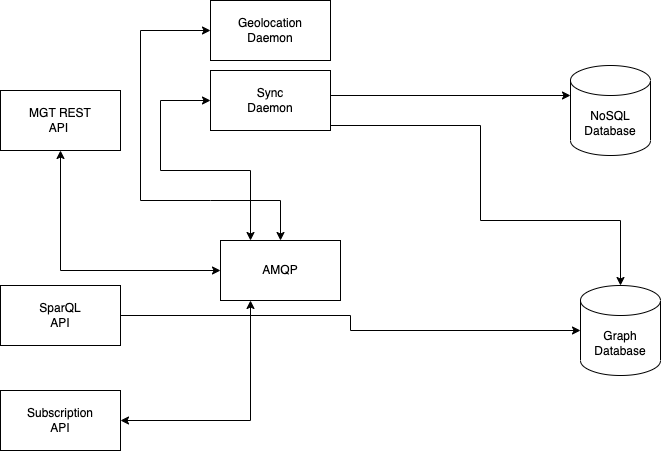
Above: diagrams/now-project-microservices-split.png in IonitaCatalin/now-web-project (draw.io), before the change. Source tidied: cells renumbered, new cells last; positions are measured from the earlier drawing's top-left corner, leaving out a move shared by most shapes. Its diagram source:
```xml
<mxGraphModel>
  <root>
    <mxCell id="0" />
    <mxCell id="1" parent="0" />
    <mxCell id="2" style="edgeStyle=orthogonalEdgeStyle;rounded=0;jettySize=auto;html=1;exitX=1;exitY=0.75;exitDx=0;exitDy=0;entryX=0.5;entryY=0;entryDx=0;entryDy=0;entryPerimeter=0;" parent="1" edge="1" source="4" target="9">
      <mxGeometry relative="1" as="geometry">
        <Array as="points">
          <mxPoint x="330" y="125" />
          <mxPoint x="480" y="125" />
          <mxPoint x="480" y="220" />
          <mxPoint x="620" y="220" />
        </Array>
      </mxGeometry>
    </mxCell>
    <mxCell id="3" style="edgeStyle=orthogonalEdgeStyle;rounded=0;jettySize=auto;html=1;exitX=1;exitY=0.5;exitDx=0;exitDy=0;entryX=0;entryY=0;entryDx=0;entryDy=30;entryPerimeter=0;" parent="1" edge="1" source="4" target="8">
      <mxGeometry relative="1" as="geometry">
        <Array as="points">
          <mxPoint x="330" y="95" />
        </Array>
      </mxGeometry>
    </mxCell>
    <mxCell id="4" value="Sync &lt;br&gt;Daemon" style="rounded=0;whiteSpace=wrap;html=1;" parent="1" vertex="1">
      <mxGeometry x="210" y="70" width="120" height="60" as="geometry" />
    </mxCell>
    <mxCell id="5" style="edgeStyle=orthogonalEdgeStyle;rounded=0;jettySize=auto;html=1;exitX=1;exitY=0.5;exitDx=0;exitDy=0;entryX=0;entryY=0.5;entryDx=0;entryDy=0;entryPerimeter=0;" parent="1" edge="1" source="6" target="9">
      <mxGeometry relative="1" as="geometry" />
    </mxCell>
    <mxCell id="6" value="SparQL&lt;br&gt;&amp;nbsp;API&amp;nbsp;" style="rounded=0;whiteSpace=wrap;html=1;" parent="1" vertex="1">
      <mxGeometry y="285" width="120" height="60" as="geometry" />
    </mxCell>
    <mxCell id="7" value="AMQP" style="rounded=0;whiteSpace=wrap;html=1;" parent="1" vertex="1">
      <mxGeometry x="220" y="240" width="120" height="60" as="geometry" />
    </mxCell>
    <mxCell id="8" value="NoSQL Database" style="shape=cylinder3;whiteSpace=wrap;html=1;boundedLbl=1;backgroundOutline=1;size=15;" parent="1" vertex="1">
      <mxGeometry x="570" y="65" width="80" height="90" as="geometry" />
    </mxCell>
    <mxCell id="9" value="Graph Database" style="shape=cylinder3;whiteSpace=wrap;html=1;boundedLbl=1;backgroundOutline=1;size=15;" parent="1" vertex="1">
      <mxGeometry x="580" y="285" width="80" height="90" as="geometry" />
    </mxCell>
    <mxCell id="10" value="MGT REST &lt;br&gt;API&amp;nbsp;" style="rounded=0;whiteSpace=wrap;html=1;" parent="1" vertex="1">
      <mxGeometry y="90" width="120" height="60" as="geometry" />
    </mxCell>
    <mxCell id="11" value="Geolocation&lt;br&gt;Daemon" style="rounded=0;whiteSpace=wrap;html=1;" parent="1" vertex="1">
      <mxGeometry x="210" width="120" height="60" as="geometry" />
    </mxCell>
    <mxCell id="12" style="endArrow=classic;startArrow=classic;html=1;rounded=0;entryX=0.5;entryY=1;entryDx=0;entryDy=0;exitX=0;exitY=0.5;exitDx=0;exitDy=0;" parent="1" edge="1" source="7" target="10">
      <mxGeometry relative="1" as="geometry">
        <Array as="points">
          <mxPoint x="60" y="270" />
        </Array>
      </mxGeometry>
    </mxCell>
    <mxCell id="13" style="endArrow=classic;startArrow=classic;html=1;rounded=0;entryX=0;entryY=0.5;entryDx=0;entryDy=0;exitX=0.25;exitY=0;exitDx=0;exitDy=0;" parent="1" edge="1" source="7" target="4">
      <mxGeometry relative="1" as="geometry">
        <Array as="points">
          <mxPoint x="250" y="170" />
          <mxPoint x="160" y="170" />
          <mxPoint x="160" y="100" />
        </Array>
      </mxGeometry>
    </mxCell>
    <mxCell id="14" style="endArrow=classic;startArrow=classic;html=1;rounded=0;entryX=0;entryY=0.5;entryDx=0;entryDy=0;exitX=0.5;exitY=0;exitDx=0;exitDy=0;" parent="1" edge="1" source="7" target="11">
      <mxGeometry relative="1" as="geometry">
        <Array as="points">
          <mxPoint x="280" y="200" />
          <mxPoint x="210" y="200" />
          <mxPoint x="140" y="200" />
          <mxPoint x="140" y="30" />
        </Array>
      </mxGeometry>
    </mxCell>
    <mxCell id="15" value="Subscription &lt;br&gt;API" style="rounded=0;whiteSpace=wrap;html=1;" parent="1" vertex="1">
      <mxGeometry y="390" width="120" height="60" as="geometry" />
    </mxCell>
    <mxCell id="16" style="endArrow=classic;startArrow=classic;html=1;rounded=0;exitX=1;exitY=0.5;exitDx=0;exitDy=0;entryX=0.25;entryY=1;entryDx=0;entryDy=0;" parent="1" edge="1" source="15" target="7">
      <mxGeometry relative="1" as="geometry">
        <Array as="points">
          <mxPoint x="250" y="420" />
        </Array>
      </mxGeometry>
    </mxCell>
  </root>
</mxGraphModel>
```
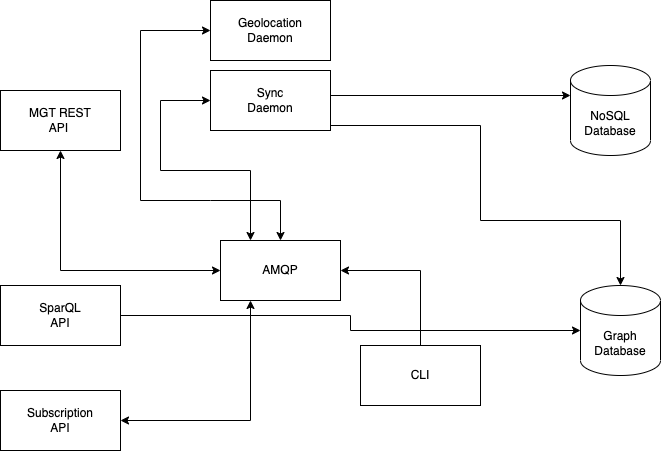
Later version of the same file.

Commit message:
fix(digram): added CLI in microservices split diagram

What changed in the source:
```diff
@@ -79,5 +79,11 @@
         </Array>
       </mxGeometry>
     </mxCell>
+    <mxCell id="17" style="edgeStyle=orthogonalEdgeStyle;rounded=0;jettySize=auto;html=1;exitX=0.5;exitY=0;exitDx=0;exitDy=0;entryX=1;entryY=0.5;entryDx=0;entryDy=0;" parent="1" edge="1" source="18" target="7">
+      <mxGeometry relative="1" as="geometry" />
+    </mxCell>
+    <mxCell id="18" value="CLI" style="rounded=0;whiteSpace=wrap;html=1;" parent="1" vertex="1">
+      <mxGeometry x="360" y="345" width="120" height="60" as="geometry" />
+    </mxCell>
   </root>
 </mxGraphModel>
```
